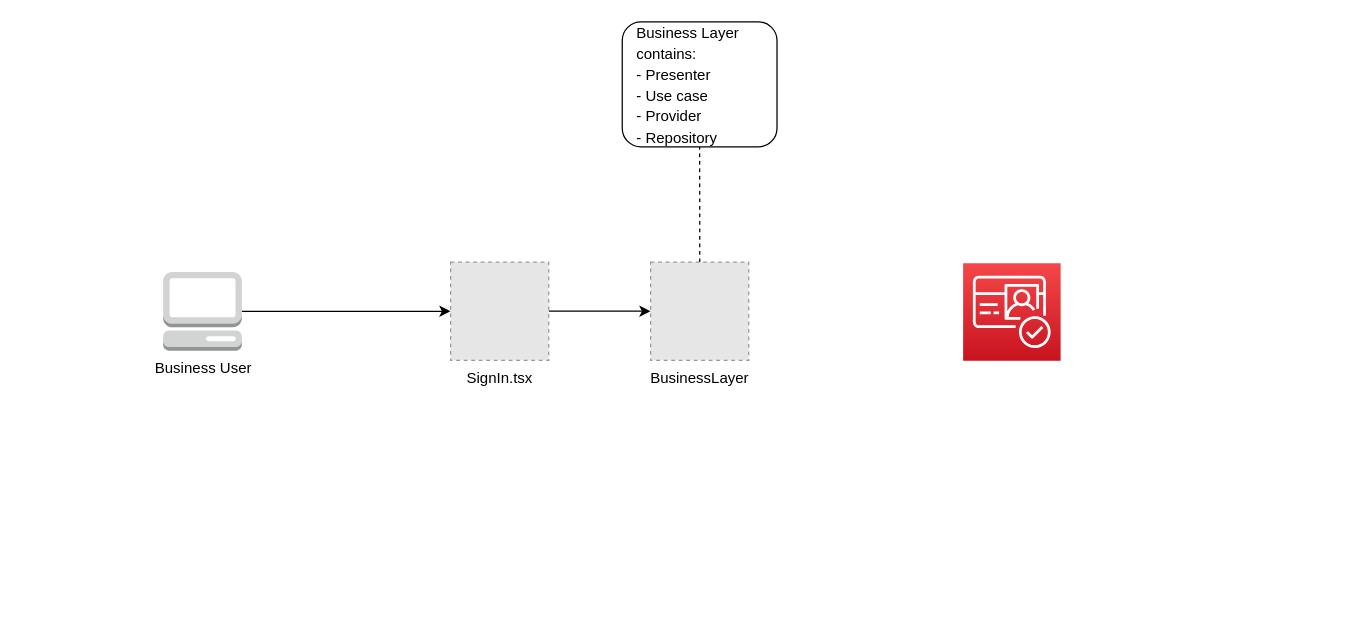
Before: page "Login" (1 of 2) of Auth Design.drawio in tienlenan/hyke_design, a draw.io diagram. Source tidied: cells renumbered, new cells numbered last; positions are measured from the earlier drawing's top-left corner, leaving out a move shared by most shapes. Both pictures are drawn from the tidied source at 125%, with x=0, y=0 at pixel (162, 21). Pictures stored in the file or linked from it are replaced by grey dashed boxes.
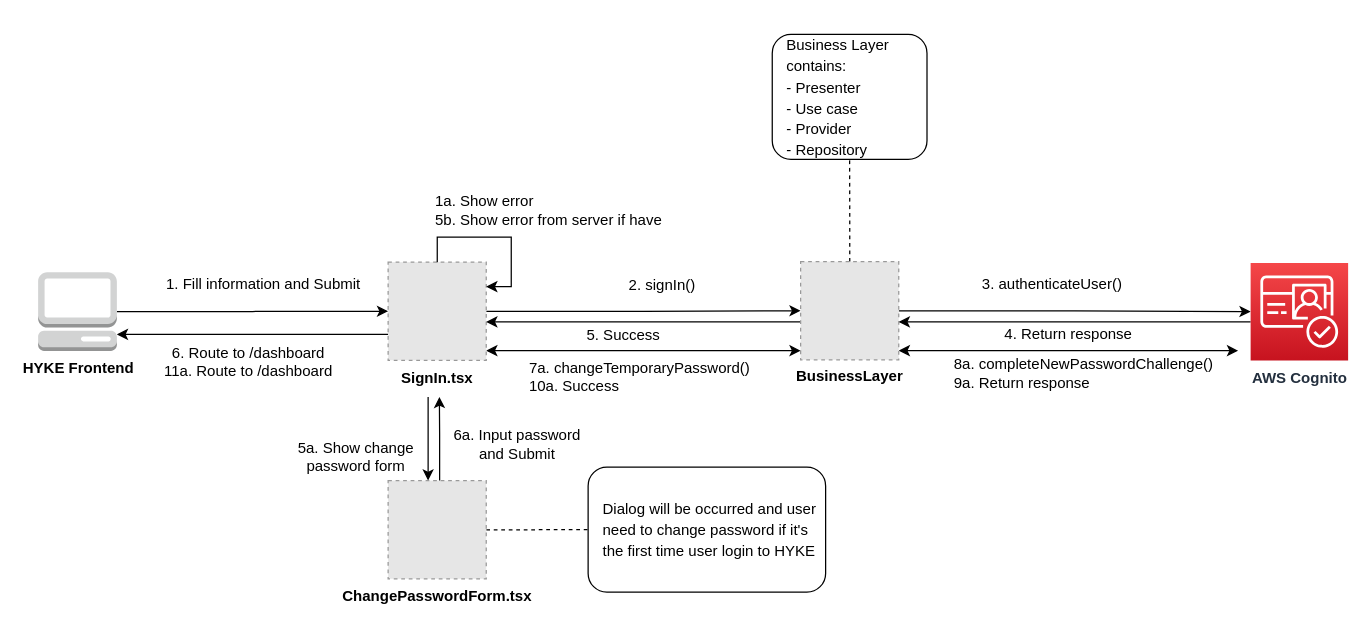
The same page after the edit.

Unchanged cells that the change refers to:
```xml
<mxCell id="2" style="edgeStyle=orthogonalEdgeStyle;rounded=0;jettySize=auto;html=1;" parent="1" edge="1" source="3" target="5">
  <mxGeometry relative="1" as="geometry" />
</mxCell>
<mxCell id="4" style="edgeStyle=orthogonalEdgeStyle;rounded=0;jettySize=auto;html=1;fontSize=14;" parent="1" edge="1" source="5" target="7">
  <mxGeometry relative="1" as="geometry" />
</mxCell>
```

The edit, as a diff of the source:
```diff
@@
+    <mxCell id="10" value="1. Fill information and Submit" style="edgeLabel;html=1;align=center;verticalAlign=middle;fontSize=12;" parent="2" vertex="1">
+      <mxGeometry x="0.22" y="1" relative="1" as="geometry">
+        <mxPoint x="-15" y="-21" as="offset" />
+      </mxGeometry>
+    </mxCell>
-    <mxCell id="3" value="Business User" style="outlineConnect=0;dashed=0;verticalLabelPosition=bottom;verticalAlign=top;align=center;html=1;shape=mxgraph.aws3.management_console;fillColor=#D2D3D3;gradientColor=none;" parent="1" vertex="1">
-      <mxGeometry y="200" width="63" height="63" as="geometry" />
+    <mxCell id="3" value="&lt;b&gt;HYKE Frontend&lt;/b&gt;" style="outlineConnect=0;dashed=0;verticalLabelPosition=bottom;verticalAlign=top;align=center;html=1;shape=mxgraph.aws3.management_console;fillColor=#D2D3D3;gradientColor=none;" parent="1" vertex="1">
+      <mxGeometry x="-100" y="200.2" width="63" height="63" as="geometry" />
     </mxCell>
@@
+    <mxCell id="11" value="2. signIn()" style="edgeLabel;html=1;align=center;verticalAlign=middle;fontSize=12;" parent="4" vertex="1">
+      <mxGeometry x="0.3" y="2" relative="1" as="geometry">
+        <mxPoint x="-24" y="-19" as="offset" />
+      </mxGeometry>
+    </mxCell>
+    <mxCell id="12" style="edgeStyle=orthogonalEdgeStyle;rounded=0;orthogonalLoop=1;jettySize=auto;html=1;fontSize=12;endArrow=classic;endFill=1;" parent="1" edge="1">
+      <mxGeometry relative="1" as="geometry">
+        <mxPoint x="212" y="300" as="sourcePoint" />
+        <mxPoint x="212" y="367" as="targetPoint" />
+        <Array as="points">
+          <mxPoint x="212" y="330" />
+          <mxPoint x="212" y="330" />
+        </Array>
+      </mxGeometry>
+    </mxCell>
+    <mxCell id="13" value="5a. Show change &lt;br&gt;password form" style="edgeLabel;html=1;align=center;verticalAlign=middle;fontSize=12;" parent="12" vertex="1">
+      <mxGeometry x="-0.18" y="-2" relative="1" as="geometry">
+        <mxPoint x="-57" y="20" as="offset" />
+      </mxGeometry>
+    </mxCell>
+    <mxCell id="14" style="edgeStyle=orthogonalEdgeStyle;rounded=0;jettySize=auto;html=1;fontSize=12;endArrow=classic;endFill=1;" parent="1" edge="1" source="5" target="3">
+      <mxGeometry relative="1" as="geometry">
+        <Array as="points">
+          <mxPoint x="100" y="250" />
+          <mxPoint x="100" y="250" />
+        </Array>
+      </mxGeometry>
+    </mxCell>
+    <mxCell id="15" value="6. Route to /dashboard&lt;br&gt;11a. Route to /dashboard" style="edgeLabel;html=1;align=center;verticalAlign=middle;fontSize=12;" parent="14" vertex="1">
+      <mxGeometry x="0.32" y="3" relative="1" as="geometry">
+        <mxPoint x="30" y="18" as="offset" />
+      </mxGeometry>
+    </mxCell>
+    <mxCell id="16" style="edgeStyle=orthogonalEdgeStyle;rounded=0;orthogonalLoop=1;jettySize=auto;html=1;fontSize=12;endArrow=classic;endFill=1;startArrow=classic;startFill=1;" parent="1" edge="1">
+      <mxGeometry relative="1" as="geometry">
+        <mxPoint x="258.5" y="263" as="sourcePoint" />
+        <mxPoint x="510" y="263" as="targetPoint" />
+        <Array as="points">
+          <mxPoint x="420" y="263" />
+          <mxPoint x="420" y="263" />
+        </Array>
+      </mxGeometry>
+    </mxCell>
+    <mxCell id="17" value="&lt;div style=&quot;text-align: left&quot;&gt;&lt;span&gt;7a. changeTemporaryPassword()&lt;/span&gt;&lt;/div&gt;&lt;div style=&quot;text-align: left&quot;&gt;&lt;span&gt;10a. Success&lt;/span&gt;&lt;/div&gt;" style="edgeLabel;html=1;align=center;verticalAlign=middle;fontSize=12;" parent="16" vertex="1">
+      <mxGeometry x="0.2" relative="1" as="geometry">
+        <mxPoint x="-29" y="20" as="offset" />
+      </mxGeometry>
+    </mxCell>
-    <mxCell id="5" value="SignIn.tsx" style="fillColor=#E6E6E6;strokeColor=#999999;dashed=1;html=1;verticalAlign=top;verticalLabelPosition=bottom;labelBackgroundColor=#ffffff;" parent="1" vertex="1">
-      <mxGeometry x="230" y="192.2" width="78.5" height="78.5" as="geometry" />
+    <mxCell id="5" value="&lt;b&gt;SignIn.tsx&lt;/b&gt;" style="fillColor=#E6E6E6;strokeColor=#999999;dashed=1;html=1;verticalAlign=top;verticalLabelPosition=bottom;labelBackgroundColor=#ffffff;" parent="1" vertex="1">
+      <mxGeometry x="180" y="192.2" width="78.5" height="78.5" as="geometry" />
     </mxCell>
@@
+    <mxCell id="18" style="edgeStyle=orthogonalEdgeStyle;rounded=0;jettySize=auto;html=1;fontSize=12;endArrow=classic;endFill=1;" parent="1" edge="1" source="7" target="8">
+      <mxGeometry relative="1" as="geometry" />
+    </mxCell>
+    <mxCell id="19" value="3. authenticateUser()" style="edgeLabel;html=1;align=center;verticalAlign=middle;fontSize=12;" parent="18" vertex="1">
+      <mxGeometry x="-0.14" y="-4" relative="1" as="geometry">
+        <mxPoint x="1" y="-26" as="offset" />
+      </mxGeometry>
+    </mxCell>
+    <mxCell id="20" style="edgeStyle=orthogonalEdgeStyle;rounded=0;jettySize=auto;html=1;fontSize=12;endArrow=classic;endFill=1;" parent="1" edge="1" source="7" target="5">
+      <mxGeometry relative="1" as="geometry">
+        <Array as="points">
+          <mxPoint x="320" y="240" />
+          <mxPoint x="320" y="240" />
+        </Array>
+      </mxGeometry>
+    </mxCell>
+    <mxCell id="21" value="5. Success" style="edgeLabel;html=1;align=center;verticalAlign=middle;fontSize=12;" parent="20" vertex="1">
+      <mxGeometry x="0.22" y="-2" relative="1" as="geometry">
+        <mxPoint x="10" y="12" as="offset" />
+      </mxGeometry>
+    </mxCell>
+    <mxCell id="22" style="edgeStyle=orthogonalEdgeStyle;rounded=0;orthogonalLoop=1;jettySize=auto;html=1;fontSize=12;startArrow=classic;startFill=1;endArrow=classic;endFill=1;" parent="1" edge="1">
+      <mxGeometry relative="1" as="geometry">
+        <mxPoint x="588.5" y="263" as="sourcePoint" />
+        <mxPoint x="860" y="263" as="targetPoint" />
+        <Array as="points">
+          <mxPoint x="670" y="263" />
+          <mxPoint x="670" y="263" />
+        </Array>
+      </mxGeometry>
+    </mxCell>
+    <mxCell id="23" value="8a. completeNewPasswordChallenge()&lt;br&gt;9a. Return response" style="edgeLabel;html=1;align=left;verticalAlign=middle;fontSize=12;" parent="22" vertex="1">
+      <mxGeometry x="-0.11" y="-1" relative="1" as="geometry">
+        <mxPoint x="-79" y="16" as="offset" />
+      </mxGeometry>
+    </mxCell>
-    <mxCell id="7" value="BusinessLayer" style="fillColor=#E6E6E6;strokeColor=#999999;dashed=1;html=1;verticalAlign=top;verticalLabelPosition=bottom;labelBackgroundColor=#ffffff;" parent="1" vertex="1">
-      <mxGeometry x="390" y="192.2" width="78.5" height="78.5" as="geometry" />
+    <mxCell id="7" value="&lt;b&gt;BusinessLayer&lt;/b&gt;" style="fillColor=#E6E6E6;strokeColor=#999999;dashed=1;html=1;verticalAlign=top;verticalLabelPosition=bottom;labelBackgroundColor=#ffffff;" parent="1" vertex="1">
+      <mxGeometry x="510" y="191.8" width="78.5" height="78.5" as="geometry" />
     </mxCell>
+    <mxCell id="24" style="edgeStyle=orthogonalEdgeStyle;rounded=0;jettySize=auto;html=1;fontSize=12;endArrow=classic;endFill=1;" parent="1" edge="1" source="8" target="7">
+      <mxGeometry relative="1" as="geometry">
+        <Array as="points">
+          <mxPoint x="680" y="240" />
+          <mxPoint x="680" y="240" />
+        </Array>
+      </mxGeometry>
+    </mxCell>
+    <mxCell id="25" value="4. Return response" style="edgeLabel;html=1;align=center;verticalAlign=middle;fontSize=12;" parent="24" vertex="1">
+      <mxGeometry x="-0.14" y="2" relative="1" as="geometry">
+        <mxPoint x="-26" y="7" as="offset" />
+      </mxGeometry>
+    </mxCell>
-    <mxCell id="8" style="sketch=0;points=[[0,0,0],[0.25,0,0],[0.5,0,0],[0.75,0,0],[1,0,0],[0,1,0],[0.25,1,0],[0.5,1,0],[0.75,1,0],[1,1,0],[0,0.25,0],[0,0.5,0],[0,0.75,0],[1,0.25,0],[1,0.5,0],[1,0.75,0]];outlineConnect=0;fontColor=#232F3E;gradientColor=#F54749;gradientDirection=north;fillColor=#C7131F;strokeColor=#ffffff;dashed=0;verticalLabelPosition=bottom;verticalAlign=top;align=center;html=1;fontSize=12;fontStyle=0;shape=mxgraph.aws4.resourceIcon;resIcon=mxgraph.aws4.cognito;" parent="1" vertex="1">
-      <mxGeometry x="640" y="193" width="78" height="78" as="geometry" />
+    <mxCell id="8" value="&lt;b&gt;AWS Cognito&lt;/b&gt;" style="sketch=0;points=[[0,0,0],[0.25,0,0],[0.5,0,0],[0.75,0,0],[1,0,0],[0,1,0],[0.25,1,0],[0.5,1,0],[0.75,1,0],[1,1,0],[0,0.25,0],[0,0.5,0],[0,0.75,0],[1,0.25,0],[1,0.5,0],[1,0.75,0]];outlineConnect=0;fontColor=#232F3E;gradientColor=#F54749;gradientDirection=north;fillColor=#C7131F;strokeColor=#ffffff;dashed=0;verticalLabelPosition=bottom;verticalAlign=top;align=center;html=1;fontSize=12;fontStyle=0;shape=mxgraph.aws4.resourceIcon;resIcon=mxgraph.aws4.cognito;" parent="1" vertex="1">
+      <mxGeometry x="870" y="192.8" width="78" height="78" as="geometry" />
     </mxCell>
     <mxCell id="9" value="&lt;font style=&quot;font-size: 12px&quot;&gt;Business Layer contains:&lt;br&gt;- Presenter&lt;br&gt;- Use case&lt;br&gt;- Provider&lt;br&gt;- Repository&lt;br&gt;&lt;/font&gt;" style="rounded=1;whiteSpace=wrap;html=1;fontSize=14;align=left;spacingLeft=10;" parent="1" vertex="1">
-      <mxGeometry x="367.3" width="123.8" height="100" as="geometry" />
+      <mxGeometry x="487.3" y="10" width="123.8" height="100" as="geometry" />
     </mxCell>
+    <mxCell id="26" style="edgeStyle=orthogonalEdgeStyle;rounded=0;orthogonalLoop=1;jettySize=auto;html=1;entryX=1;entryY=0.25;entryDx=0;entryDy=0;fontSize=12;endArrow=classic;endFill=1;" parent="1" edge="1" source="5" target="5">
+      <mxGeometry relative="1" as="geometry" />
+    </mxCell>
+    <mxCell id="27" value="1a. Show error&lt;br&gt;5b. Show error from server if have" style="edgeLabel;html=1;align=left;verticalAlign=middle;fontSize=12;" parent="26" vertex="1">
+      <mxGeometry x="-0.08" y="-3" relative="1" as="geometry">
+        <mxPoint x="-47" y="-25" as="offset" />
+      </mxGeometry>
+    </mxCell>
+    <mxCell id="28" style="edgeStyle=orthogonalEdgeStyle;rounded=0;jettySize=auto;html=1;fontSize=12;endArrow=none;endFill=0;dashed=1;" parent="1" edge="1" source="31" target="32">
+      <mxGeometry relative="1" as="geometry" />
+    </mxCell>
+    <mxCell id="29" style="edgeStyle=orthogonalEdgeStyle;rounded=0;orthogonalLoop=1;jettySize=auto;html=1;fontSize=12;endArrow=classic;endFill=1;" parent="1" edge="1">
+      <mxGeometry relative="1" as="geometry">
+        <mxPoint x="221.2" y="367" as="sourcePoint" />
+        <mxPoint x="221" y="300" as="targetPoint" />
+        <Array as="points">
+          <mxPoint x="221" y="330" />
+          <mxPoint x="221" y="330" />
+        </Array>
+      </mxGeometry>
+    </mxCell>
+    <mxCell id="30" value="6a. Input password &lt;br&gt;and Submit" style="edgeLabel;html=1;align=center;verticalAlign=middle;fontSize=12;" parent="29" vertex="1">
+      <mxGeometry x="0.19" y="-1" relative="1" as="geometry">
+        <mxPoint x="60" y="11" as="offset" />
+      </mxGeometry>
+    </mxCell>
+    <mxCell id="31" value="&lt;b&gt;ChangePasswordForm.tsx&lt;/b&gt;" style="fillColor=#E6E6E6;strokeColor=#999999;dashed=1;html=1;verticalAlign=top;verticalLabelPosition=bottom;labelBackgroundColor=#ffffff;" parent="1" vertex="1">
+      <mxGeometry x="180" y="367" width="78.5" height="78.5" as="geometry" />
+    </mxCell>
+    <mxCell id="32" value="&lt;font style=&quot;font-size: 12px&quot;&gt;Dialog will be occurred and user need to change password if it's the first time user login to HYKE&lt;br&gt;&lt;/font&gt;" style="rounded=1;whiteSpace=wrap;html=1;fontSize=14;align=left;spacingLeft=10;" parent="1" vertex="1">
+      <mxGeometry x="340" y="356.2" width="190" height="100" as="geometry" />
+    </mxCell>
```
